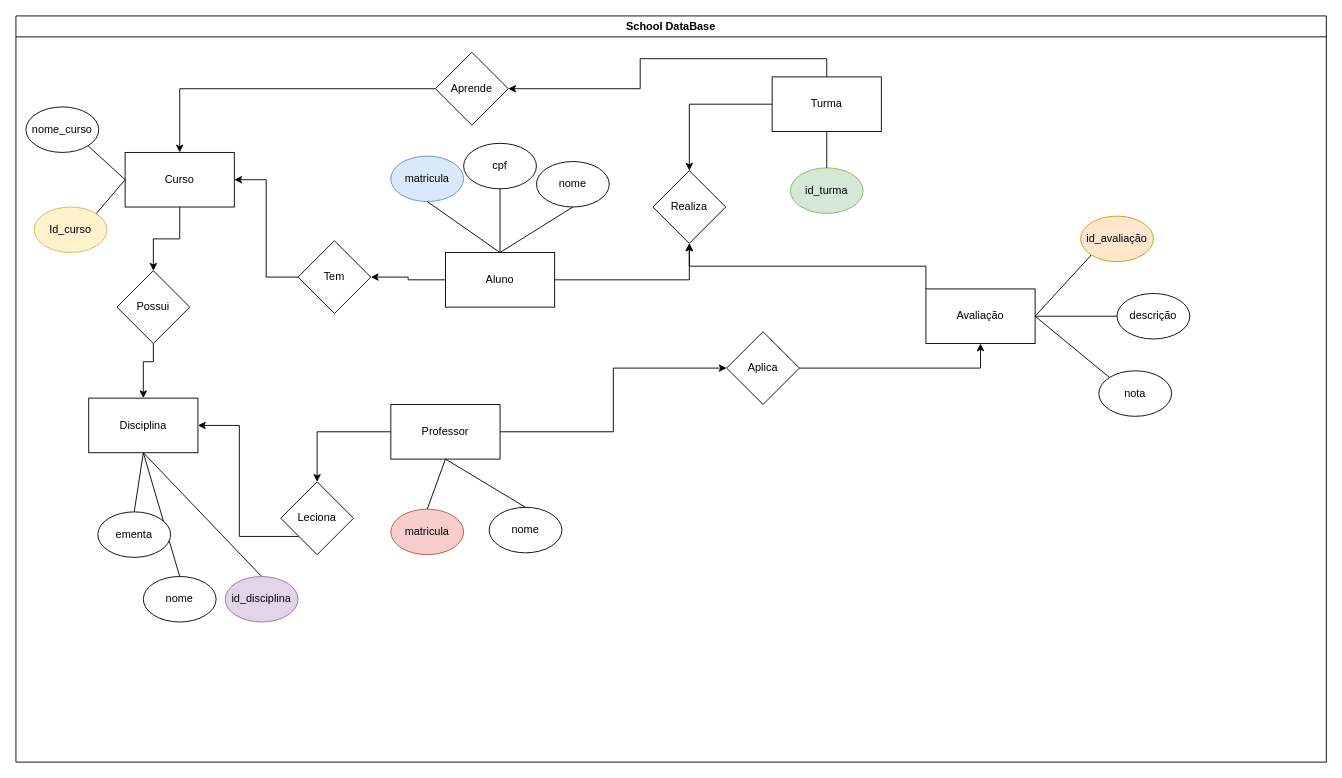
This is DBschool.drawio from LioMezini/DBschool, a draw.io file, before an edit. Source tidied: cells renumbered, new cells numbered last; positions are measured from the earlier drawing's top-left corner, leaving out a move shared by most shapes. Both pictures are drawn from the tidied source at 91%, with x=0, y=0 at pixel (15, 15).
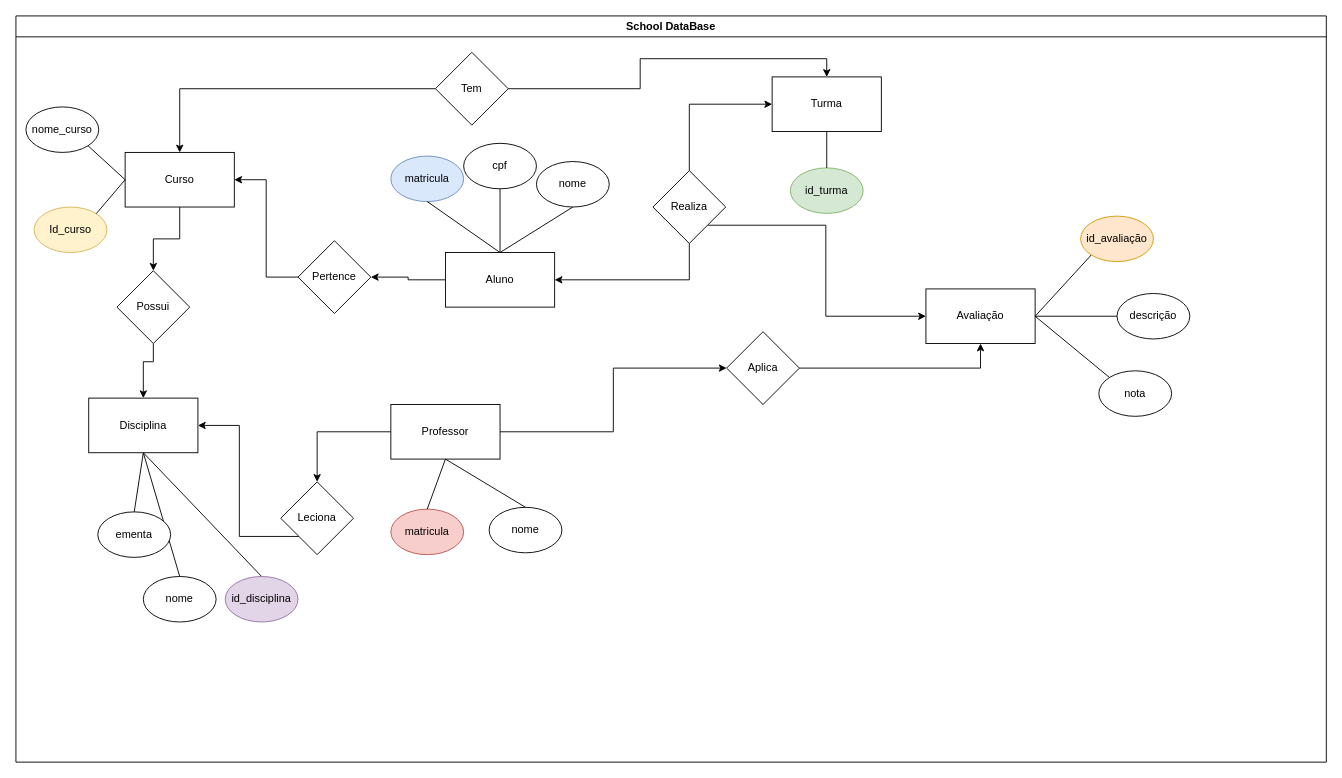
Above is the later version.

The change refers to these unchanged cells:
```xml
<mxCell id="2" value="School DataBase" style="swimlane;whiteSpace=wrap;" parent="1" vertex="1">
  <mxGeometry width="1440" height="820" as="geometry" />
</mxCell>
<mxCell id="7" value="Aluno" style="rounded=0;whiteSpace=wrap;html=1;" parent="2" vertex="1">
  <mxGeometry x="472" y="260" width="120" height="60" as="geometry" />
</mxCell>
<mxCell id="9" value="Avaliação" style="rounded=0;whiteSpace=wrap;html=1;" parent="2" vertex="1">
  <mxGeometry x="1000" y="300" width="120" height="60" as="geometry" />
</mxCell>
<mxCell id="12" value="Turma" style="rounded=0;whiteSpace=wrap;html=1;" parent="2" vertex="1">
  <mxGeometry x="831" y="67" width="120" height="60" as="geometry" />
</mxCell>
<mxCell id="42" value="Realiza" style="rhombus;whiteSpace=wrap;html=1;rounded=0;" parent="2" vertex="1">
  <mxGeometry x="700" y="170" width="80" height="80" as="geometry" />
</mxCell>
```

Diff of the diagram source:
```diff
@@
-    <mxCell id="5" style="edgeStyle=orthogonalEdgeStyle;rounded=0;jettySize=auto;html=1;" parent="2" edge="1" source="7" target="42">
-      <mxGeometry relative="1" as="geometry" />
-    </mxCell>
@@
-    <mxCell id="8" style="edgeStyle=orthogonalEdgeStyle;rounded=0;jettySize=auto;html=1;exitX=0;exitY=0;exitDx=0;exitDy=0;entryX=0.5;entryY=1;entryDx=0;entryDy=0;" parent="2" edge="1" source="9" target="42">
-      <mxGeometry relative="1" as="geometry" />
-    </mxCell>
@@
-    <mxCell id="10" style="edgeStyle=orthogonalEdgeStyle;rounded=0;jettySize=auto;html=1;exitX=0;exitY=0.5;exitDx=0;exitDy=0;entryX=0.5;entryY=0;entryDx=0;entryDy=0;" parent="2" edge="1" source="12" target="42">
-      <mxGeometry relative="1" as="geometry" />
-    </mxCell>
-    <mxCell id="11" style="edgeStyle=orthogonalEdgeStyle;rounded=0;jettySize=auto;html=1;exitX=0.5;exitY=0;exitDx=0;exitDy=0;entryX=1;entryY=0.5;entryDx=0;entryDy=0;" parent="2" edge="1" source="12" target="55">
-      <mxGeometry relative="1" as="geometry" />
-    </mxCell>
@@
-    <mxCell id="41" value="Tem" style="rhombus;whiteSpace=wrap;html=1;" parent="2" vertex="1">
+    <mxCell id="41" value="Pertence" style="rhombus;whiteSpace=wrap;html=1;" parent="2" vertex="1">
       <mxGeometry x="310" y="247" width="80" height="80" as="geometry" />
     </mxCell>
+    <mxCell id="56" style="edgeStyle=orthogonalEdgeStyle;rounded=0;jettySize=auto;html=1;exitX=1;exitY=1;exitDx=0;exitDy=0;entryX=0;entryY=0.5;entryDx=0;entryDy=0;" parent="2" edge="1" source="42" target="9">
+      <mxGeometry relative="1" as="geometry" />
+    </mxCell>
+    <mxCell id="57" style="edgeStyle=orthogonalEdgeStyle;rounded=0;jettySize=auto;html=1;exitX=0.5;exitY=1;exitDx=0;exitDy=0;entryX=1;entryY=0.5;entryDx=0;entryDy=0;" parent="2" edge="1" source="42" target="7">
+      <mxGeometry relative="1" as="geometry" />
+    </mxCell>
+    <mxCell id="58" style="edgeStyle=orthogonalEdgeStyle;rounded=0;jettySize=auto;html=1;exitX=0.5;exitY=0;exitDx=0;exitDy=0;entryX=0;entryY=0.5;entryDx=0;entryDy=0;" parent="2" edge="1" source="42" target="12">
+      <mxGeometry relative="1" as="geometry" />
+    </mxCell>
@@
+    <mxCell id="59" style="edgeStyle=orthogonalEdgeStyle;rounded=0;jettySize=auto;html=1;exitX=1;exitY=0.5;exitDx=0;exitDy=0;entryX=0.5;entryY=0;entryDx=0;entryDy=0;" parent="2" edge="1" source="55" target="12">
+      <mxGeometry relative="1" as="geometry" />
+    </mxCell>
-    <mxCell id="55" value="Aprende" style="rhombus;whiteSpace=wrap;html=1;" parent="2" vertex="1">
+    <mxCell id="55" value="Tem" style="rhombus;whiteSpace=wrap;html=1;" parent="2" vertex="1">
       <mxGeometry x="461" y="40" width="80" height="80" as="geometry" />
     </mxCell>
```
